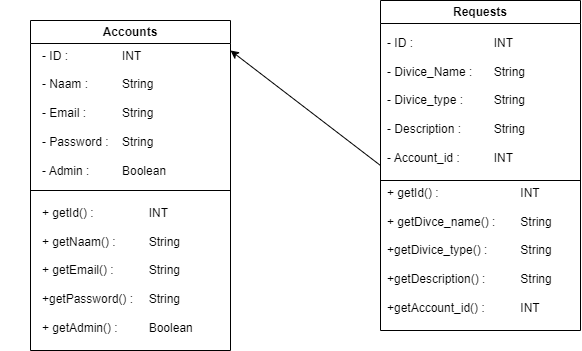
The draw.io diagram Documentation/Diagrammen/Classdiagram_UNeedIT.png in WhatABeatifulDuwang/UNeedIT, before a commit. Source tidied: cells renumbered, new cells last; positions are measured from the earlier drawing's top-left corner, leaving out a move shared by most shapes.
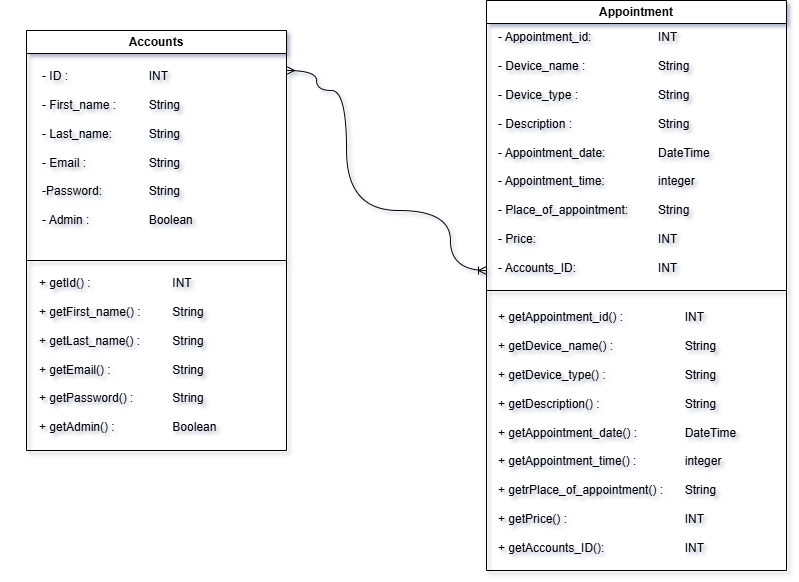
After the commit.

Change to the diagram source:
```diff
@@ -2,40 +2,49 @@
   <root>
     <mxCell id="0" />
     <mxCell id="1" parent="0" />
-    <mxCell id="2" value="Requests" style="swimlane;whiteSpace=wrap;html=1;" parent="1" vertex="1">
-      <mxGeometry x="380" width="200" height="330" as="geometry" />
-    </mxCell>
-    <mxCell id="3" value="- ID :&lt;span style=&quot;white-space: pre;&quot;&gt;&#9;&lt;/span&gt;&lt;span style=&quot;white-space: pre;&quot;&gt;&#9;&lt;span style=&quot;white-space: pre;&quot;&gt;&#9;&lt;/span&gt;&lt;/span&gt;INT&lt;div&gt;&lt;br&gt;&lt;div&gt;- Divice_Name :&lt;span style=&quot;white-space: pre;&quot;&gt;&#9;&lt;/span&gt;String&lt;/div&gt;&lt;div&gt;&lt;br&gt;&lt;/div&gt;&lt;div&gt;- Divice_type :&lt;span style=&quot;white-space: pre;&quot;&gt;&#9;&lt;/span&gt;&lt;span style=&quot;white-space: pre;&quot;&gt;&#9;&lt;/span&gt;String&lt;/div&gt;&lt;div&gt;&lt;br&gt;&lt;/div&gt;&lt;div&gt;- Description :&lt;span style=&quot;white-space: pre;&quot;&gt;&#9;&lt;span style=&quot;white-space: pre;&quot;&gt;&#9;&lt;/span&gt;String&lt;/span&gt;&lt;/div&gt;&lt;div&gt;&lt;br&gt;&lt;/div&gt;&lt;div&gt;&lt;span style=&quot;white-space: pre;&quot;&gt;- Account_id :&lt;span style=&quot;white-space: pre;&quot;&gt;&#9;&lt;/span&gt;&lt;span style=&quot;white-space: pre;&quot;&gt;&#9;&lt;/span&gt;INT&#9;&lt;/span&gt;&lt;span style=&quot;white-space: pre;&quot;&gt;&#9;&lt;/span&gt;&lt;/div&gt;&lt;/div&gt;" style="text;html=1;align=left;verticalAlign=middle;strokeColor=none;fillColor=none;" parent="2" vertex="1">
-      <mxGeometry x="5" y="30" width="180" height="140" as="geometry" />
-    </mxCell>
-    <mxCell id="4" value="+ getId() :&lt;span style=&quot;white-space: pre;&quot;&gt;&#9;&lt;span style=&quot;white-space: pre;&quot;&gt;&#9;&lt;span style=&quot;white-space: pre;&quot;&gt;&#9;&lt;/span&gt;&lt;/span&gt;&lt;/span&gt;INT&lt;div&gt;&lt;br&gt;&lt;/div&gt;&lt;div&gt;+ getDivce_name() :&lt;span style=&quot;white-space: pre;&quot;&gt;&#9;&lt;/span&gt;String&lt;/div&gt;&lt;div&gt;&lt;br&gt;&lt;/div&gt;&lt;div&gt;+getDivice_type() :&lt;span style=&quot;white-space: pre;&quot;&gt;&#9;&lt;/span&gt;&lt;span style=&quot;white-space: pre;&quot;&gt;&#9;&lt;/span&gt;String&lt;/div&gt;&lt;div&gt;&lt;br&gt;&lt;/div&gt;&lt;div&gt;+getDescription() :&lt;span style=&quot;white-space: pre;&quot;&gt;&#9;&lt;/span&gt;&lt;span style=&quot;white-space: pre;&quot;&gt;&#9;&lt;/span&gt;String&lt;/div&gt;&lt;div&gt;&lt;br&gt;&lt;/div&gt;&lt;div&gt;+getAccount_id() :&lt;span style=&quot;white-space: pre;&quot;&gt;&#9;&lt;span style=&quot;white-space: pre;&quot;&gt;&#9;&lt;/span&gt;&lt;/span&gt;INT&lt;/div&gt;" style="text;html=1;align=left;verticalAlign=middle;strokeColor=none;fillColor=none;" parent="2" vertex="1">
-      <mxGeometry x="5" y="180" width="190" height="140" as="geometry" />
-    </mxCell>
+    <mxCell id="11" value="Appointment" style="swimlane;whiteSpace=wrap;html=1;startSize=23;" parent="1" vertex="1">
+      <mxGeometry x="490" y="-10" width="300" height="570" as="geometry" />
+    </mxCell>
+    <mxCell id="12" value="&lt;div&gt;&lt;span style=&quot;background-color: initial;&quot;&gt;&lt;br&gt;&lt;/span&gt;&lt;/div&gt;&lt;span style=&quot;background-color: initial;&quot;&gt;&lt;div&gt;&lt;span style=&quot;background-color: initial;&quot;&gt;- Appointment_id:&lt;span style=&quot;white-space: pre;&quot;&gt;&#9;&lt;/span&gt;&lt;span style=&quot;white-space: pre;&quot;&gt;&#9;&lt;/span&gt;&lt;span style=&quot;white-space: pre;&quot;&gt;&#9;&lt;/span&gt;INT&lt;/span&gt;&lt;/div&gt;&lt;div&gt;&lt;span style=&quot;background-color: initial;&quot;&gt;&lt;br&gt;&lt;/span&gt;&lt;/div&gt;- Device_name :&lt;/span&gt;&lt;span style=&quot;background-color: initial; white-space-collapse: preserve;&quot;&gt;&#9;&lt;span style=&quot;white-space-collapse: preserve;&quot;&gt;&#9;&lt;span style=&quot;white-space: pre;&quot;&gt;&#9;&lt;/span&gt;&lt;/span&gt;&lt;/span&gt;&lt;span style=&quot;background-color: initial;&quot;&gt;String&lt;/span&gt;&lt;div&gt;&lt;div&gt;&lt;br&gt;&lt;/div&gt;&lt;div&gt;- Device_type :&lt;span style=&quot;white-space: pre;&quot;&gt;&#9;&lt;/span&gt;&lt;span style=&quot;white-space: pre;&quot;&gt;&#9;&lt;span style=&quot;white-space: pre;&quot;&gt;&#9;&lt;/span&gt;S&lt;/span&gt;tring&lt;/div&gt;&lt;div&gt;&lt;br&gt;&lt;/div&gt;&lt;div&gt;- Description :&lt;span style=&quot;white-space: pre;&quot;&gt;&#9;&lt;/span&gt;&lt;span style=&quot;white-space: pre;&quot;&gt;&#9;&lt;span style=&quot;white-space: pre;&quot;&gt;&#9;&lt;span style=&quot;white-space: pre;&quot;&gt;&#9;&lt;/span&gt;&lt;/span&gt;&lt;/span&gt;String&lt;/div&gt;&lt;div&gt;&lt;br&gt;&lt;/div&gt;&lt;div&gt;- Appointment_date:&lt;span style=&quot;white-space: pre;&quot;&gt;&#9;&lt;/span&gt;&lt;span style=&quot;white-space: pre;&quot;&gt;&#9;&lt;/span&gt;DateTime&lt;/div&gt;&lt;/div&gt;&lt;div&gt;&lt;br&gt;&lt;/div&gt;&lt;div&gt;- Appointment_time:&lt;span style=&quot;white-space: pre;&quot;&gt;&#9;&lt;span style=&quot;white-space: pre;&quot;&gt;&#9;&lt;/span&gt;i&lt;/span&gt;nteger&lt;/div&gt;&lt;div&gt;&lt;span style=&quot;white-space: pre;&quot;&gt;&#9;&lt;/span&gt;&lt;br&gt;&lt;/div&gt;&lt;div&gt;- Place_of_appointment:&lt;span style=&quot;white-space: pre;&quot;&gt;&#9;&lt;/span&gt;&lt;span style=&quot;white-space: pre;&quot;&gt;&#9;&lt;/span&gt;String&lt;/div&gt;&lt;div&gt;&lt;br&gt;&lt;/div&gt;&lt;div&gt;- Price:&lt;span style=&quot;white-space: pre;&quot;&gt;&#9;&lt;/span&gt;&lt;span style=&quot;white-space: pre;&quot;&gt;&#9;&lt;/span&gt;&lt;span style=&quot;white-space: pre;&quot;&gt;&#9;&lt;/span&gt;&lt;span style=&quot;white-space: pre;&quot;&gt;&#9;&lt;span style=&quot;white-space: pre;&quot;&gt;&#9;&lt;/span&gt;&lt;/span&gt;INT&lt;/div&gt;&lt;div&gt;&lt;br&gt;&lt;/div&gt;&lt;div&gt;- Accounts_ID:&lt;span style=&quot;white-space: pre;&quot;&gt;&#9;&lt;/span&gt;&lt;span style=&quot;white-space: pre;&quot;&gt;&#9;&lt;/span&gt;&lt;span style=&quot;white-space: pre;&quot;&gt;&#9;&lt;span style=&quot;white-space: pre;&quot;&gt;&#9;&lt;/span&gt;&lt;/span&gt;INT&lt;/div&gt;" style="text;html=1;align=left;verticalAlign=middle;strokeColor=none;fillColor=none;" parent="11" vertex="1">
+      <mxGeometry x="10" y="10" width="240" height="270" as="geometry" />
+    </mxCell>
+    <mxCell id="13" style="endArrow=none;html=1;rounded=0;" parent="11" edge="1">
+      <mxGeometry relative="1" as="geometry">
+        <mxPoint y="290" as="sourcePoint" />
+        <mxPoint x="300" y="290" as="targetPoint" />
+      </mxGeometry>
+    </mxCell>
+    <mxCell id="14" value="&lt;div&gt;&lt;span style=&quot;background-color: initial;&quot;&gt;&lt;br&gt;&lt;/span&gt;&lt;/div&gt;&lt;span style=&quot;background-color: initial;&quot;&gt;&lt;div&gt;&lt;span style=&quot;background-color: initial;&quot;&gt;+ getAppointment_id() :&lt;span style=&quot;white-space: pre;&quot;&gt;&#9;&lt;/span&gt;&lt;span style=&quot;white-space: pre;&quot;&gt;&#9;&lt;/span&gt;&lt;span style=&quot;white-space: pre;&quot;&gt;&#9;&lt;/span&gt;INT&lt;/span&gt;&lt;/div&gt;&lt;div&gt;&lt;span style=&quot;background-color: initial;&quot;&gt;&lt;br&gt;&lt;/span&gt;&lt;/div&gt;+ getDevice_name() :&lt;/span&gt;&lt;span style=&quot;background-color: initial; white-space-collapse: preserve;&quot;&gt;&#9;&lt;span style=&quot;white-space-collapse: preserve;&quot;&gt;&#9;&lt;span style=&quot;white-space: pre;&quot;&gt;&#9;&lt;/span&gt;&lt;/span&gt;&lt;/span&gt;&lt;span style=&quot;background-color: initial;&quot;&gt;String&lt;/span&gt;&lt;div&gt;&lt;div&gt;&lt;br&gt;&lt;/div&gt;&lt;div&gt;+ getDevice_type() :&lt;span style=&quot;white-space: pre;&quot;&gt;&#9;&lt;/span&gt;&lt;span style=&quot;white-space: pre;&quot;&gt;&#9;&lt;span style=&quot;white-space: pre;&quot;&gt;&#9;&lt;/span&gt;S&lt;/span&gt;tring&lt;/div&gt;&lt;div&gt;&lt;br&gt;&lt;/div&gt;&lt;div&gt;+ getDescription() :&lt;span style=&quot;white-space: pre;&quot;&gt;&#9;&lt;/span&gt;&lt;span style=&quot;white-space: pre;&quot;&gt;&#9;&lt;span style=&quot;white-space: pre;&quot;&gt;&#9;&lt;span style=&quot;white-space: pre;&quot;&gt;&#9;&lt;/span&gt;&lt;/span&gt;&lt;/span&gt;String&lt;/div&gt;&lt;div&gt;&lt;br&gt;&lt;/div&gt;&lt;div&gt;+ getAppointment_date() :&lt;span style=&quot;white-space: pre;&quot;&gt;&#9;&lt;/span&gt;&lt;span style=&quot;white-space: pre;&quot;&gt;&#9;&lt;/span&gt;DateTime&lt;/div&gt;&lt;/div&gt;&lt;div&gt;&lt;br&gt;&lt;/div&gt;&lt;div&gt;+ getAppointment_time() :&lt;span style=&quot;white-space: pre;&quot;&gt;&#9;&lt;span style=&quot;white-space: pre;&quot;&gt;&#9;&lt;/span&gt;i&lt;/span&gt;nteger&lt;/div&gt;&lt;div&gt;&lt;span style=&quot;white-space: pre;&quot;&gt;&#9;&lt;/span&gt;&lt;br&gt;&lt;/div&gt;&lt;div&gt;+ getrPlace_of_appointment() :&lt;span style=&quot;white-space: pre;&quot;&gt;&#9;&lt;/span&gt;String&lt;/div&gt;&lt;div&gt;&lt;br&gt;&lt;/div&gt;&lt;div&gt;+ getPrice() :&lt;span style=&quot;white-space: pre;&quot;&gt;&#9;&lt;/span&gt;&lt;span style=&quot;white-space: pre;&quot;&gt;&#9;&lt;/span&gt;&lt;span style=&quot;white-space: pre;&quot;&gt;&#9;&lt;/span&gt;&lt;span style=&quot;white-space: pre;&quot;&gt;&#9;&lt;span style=&quot;white-space: pre;&quot;&gt;&#9;&lt;/span&gt;&lt;/span&gt;INT&lt;/div&gt;&lt;div&gt;&lt;br&gt;&lt;/div&gt;&lt;div&gt;+ getAccounts_ID():&lt;span style=&quot;white-space: pre;&quot;&gt;&#9;&lt;/span&gt;&lt;span style=&quot;white-space: pre;&quot;&gt;&#9;&lt;/span&gt;&lt;span style=&quot;white-space: pre;&quot;&gt;&#9;&lt;/span&gt;INT&lt;/div&gt;" style="text;html=1;align=left;verticalAlign=middle;strokeColor=none;fillColor=none;" parent="11" vertex="1">
+      <mxGeometry x="10" y="290" width="260" height="270" as="geometry" />
+    </mxCell>
+    <mxCell id="15" style="endArrow=ERoneToMany;html=1;rounded=0;edgeStyle=orthogonalEdgeStyle;curved=1;startArrow=ERmany;startFill=0;endFill=0;" parent="1" edge="1">
+      <mxGeometry relative="1" as="geometry">
+        <mxPoint x="290" y="60" as="sourcePoint" />
+        <mxPoint x="490" y="260" as="targetPoint" />
+        <Array as="points">
+          <mxPoint x="320" y="60" />
+          <mxPoint x="320" y="80" />
+          <mxPoint x="350" y="80" />
+          <mxPoint x="350" y="200" />
+          <mxPoint x="454" y="200" />
+          <mxPoint x="454" y="260" />
+        </Array>
+      </mxGeometry>
+    </mxCell>
     <mxCell id="5" value="Accounts" style="swimlane;whiteSpace=wrap;html=1;" parent="1" vertex="1">
-      <mxGeometry x="30" y="20" width="200" height="330" as="geometry" />
+      <mxGeometry x="30" y="20" width="260" height="420" as="geometry" />
     </mxCell>
-    <mxCell id="6" value="&lt;blockquote style=&quot;margin: 0 0 0 40px; border: none; padding: 0px;&quot;&gt;- ID :&lt;span style=&quot;white-space: pre;&quot;&gt;&#9;&lt;/span&gt;&lt;span style=&quot;white-space: pre;&quot;&gt;&#9;&lt;/span&gt;INT&lt;/blockquote&gt;&lt;blockquote style=&quot;margin: 0 0 0 40px; border: none; padding: 0px;&quot;&gt;&lt;br&gt;&lt;/blockquote&gt;&lt;blockquote style=&quot;margin: 0 0 0 40px; border: none; padding: 0px;&quot;&gt;- Naam :&lt;span style=&quot;white-space: pre;&quot;&gt;&#9;&lt;/span&gt;&lt;span style=&quot;white-space: pre;&quot;&gt;&#9;&lt;/span&gt;String&lt;/blockquote&gt;&lt;blockquote style=&quot;margin: 0 0 0 40px; border: none; padding: 0px;&quot;&gt;&lt;br&gt;&lt;/blockquote&gt;&lt;blockquote style=&quot;margin: 0 0 0 40px; border: none; padding: 0px;&quot;&gt;- Email :&lt;span style=&quot;white-space: pre;&quot;&gt;&#9;&lt;/span&gt;&lt;span style=&quot;white-space: pre;&quot;&gt;&#9;&lt;/span&gt;String&lt;/blockquote&gt;&lt;blockquote style=&quot;margin: 0 0 0 40px; border: none; padding: 0px;&quot;&gt;&lt;br&gt;&lt;/blockquote&gt;&lt;blockquote style=&quot;margin: 0 0 0 40px; border: none; padding: 0px;&quot;&gt;- Password :&lt;span style=&quot;white-space: pre;&quot;&gt;&#9;&lt;/span&gt;String&lt;/blockquote&gt;&lt;blockquote style=&quot;margin: 0 0 0 40px; border: none; padding: 0px;&quot;&gt;&lt;br&gt;&lt;/blockquote&gt;&lt;blockquote style=&quot;margin: 0 0 0 40px; border: none; padding: 0px;&quot;&gt;- Admin :&lt;span style=&quot;white-space: pre;&quot;&gt;&#9;&lt;/span&gt;&lt;span style=&quot;white-space: pre;&quot;&gt;&#9;&lt;/span&gt;Boolean&lt;/blockquote&gt;&lt;blockquote style=&quot;margin: 0 0 0 40px; border: none; padding: 0px;&quot;&gt;&lt;br&gt;&lt;/blockquote&gt;" style="text;html=1;align=left;verticalAlign=middle;strokeColor=none;fillColor=none;" parent="5" vertex="1">
-      <mxGeometry x="-30" y="20" width="190" height="160" as="geometry" />
-    </mxCell>
-    <mxCell id="7" value="+ getId() :&lt;span style=&quot;white-space: pre;&quot;&gt;&#9;&lt;/span&gt;&lt;span style=&quot;white-space: pre;&quot;&gt;&#9;&lt;/span&gt;INT&lt;div&gt;&lt;br&gt;&lt;/div&gt;&lt;div&gt;+ getNaam() :&lt;span style=&quot;white-space: pre;&quot;&gt;&#9;&lt;/span&gt;&lt;span style=&quot;white-space: pre;&quot;&gt;&#9;&lt;/span&gt;String&lt;/div&gt;&lt;div&gt;&lt;br&gt;&lt;/div&gt;&lt;div&gt;+ getEmail() :&lt;span style=&quot;white-space: pre;&quot;&gt;&#9;&lt;/span&gt;&lt;span style=&quot;white-space: pre;&quot;&gt;&#9;&lt;/span&gt;String&lt;/div&gt;&lt;div&gt;&lt;br&gt;&lt;/div&gt;&lt;div&gt;+getPassword() :&lt;span style=&quot;white-space: pre;&quot;&gt;&#9;&lt;/span&gt;String&lt;/div&gt;&lt;div&gt;&lt;br&gt;&lt;/div&gt;&lt;div&gt;+ getAdmin() :&lt;span style=&quot;white-space: pre;&quot;&gt;&#9;&lt;/span&gt;&lt;span style=&quot;white-space: pre;&quot;&gt;&#9;&lt;/span&gt;Boolean&lt;/div&gt;" style="text;html=1;align=left;verticalAlign=middle;strokeColor=none;fillColor=none;" parent="5" vertex="1">
-      <mxGeometry x="10" y="180" width="170" height="140" as="geometry" />
-    </mxCell>
-    <mxCell id="8" style="endArrow=none;html=1;rounded=0;" parent="1" edge="1">
-      <mxGeometry relative="1" as="geometry">
-        <mxPoint x="30" y="190" as="sourcePoint" />
-        <mxPoint x="230" y="190" as="targetPoint" />
-      </mxGeometry>
-    </mxCell>
-    <mxCell id="9" style="endArrow=classic;html=1;rounded=0;exitX=0;exitY=0.5;exitDx=0;exitDy=0;" parent="1" edge="1" source="2">
-      <mxGeometry relative="1" as="geometry">
-        <mxPoint x="230" y="50" as="targetPoint" />
-      </mxGeometry>
-    </mxCell>
-    <mxCell id="10" style="endArrow=none;html=1;rounded=0;" parent="1" edge="1">
-      <mxGeometry relative="1" as="geometry">
-        <mxPoint x="380" y="180" as="sourcePoint" />
-        <mxPoint x="580" y="180" as="targetPoint" />
-      </mxGeometry>
-    </mxCell>
+    <mxCell id="16" value="&lt;blockquote style=&quot;margin: 0 0 0 40px; border: none; padding: 0px;&quot;&gt;- ID :&lt;span style=&quot;white-space: pre;&quot;&gt;&#9;&lt;span style=&quot;white-space: pre;&quot;&gt;&#9;&lt;/span&gt;&lt;/span&gt;&lt;span style=&quot;white-space: pre;&quot;&gt;&#9;&lt;/span&gt;INT&lt;/blockquote&gt;&lt;blockquote style=&quot;margin: 0 0 0 40px; border: none; padding: 0px;&quot;&gt;&lt;br&gt;&lt;/blockquote&gt;&lt;blockquote style=&quot;margin: 0 0 0 40px; border: none; padding: 0px;&quot;&gt;- First_name :&lt;span style=&quot;white-space: pre;&quot;&gt;&#9;&lt;/span&gt;&lt;span style=&quot;white-space: pre;&quot;&gt;&#9;&lt;/span&gt;String&lt;/blockquote&gt;&lt;blockquote style=&quot;margin: 0 0 0 40px; border: none; padding: 0px;&quot;&gt;&lt;br&gt;&lt;/blockquote&gt;&lt;blockquote style=&quot;margin: 0 0 0 40px; border: none; padding: 0px;&quot;&gt;- Last_name:&lt;span style=&quot;white-space: pre;&quot;&gt;&#9;&lt;/span&gt;&lt;span style=&quot;white-space: pre;&quot;&gt;&#9;&lt;/span&gt;String&lt;/blockquote&gt;&lt;blockquote style=&quot;margin: 0 0 0 40px; border: none; padding: 0px;&quot;&gt;&lt;br&gt;&lt;/blockquote&gt;&lt;blockquote style=&quot;margin: 0 0 0 40px; border: none; padding: 0px;&quot;&gt;- Email :&lt;span style=&quot;white-space: pre;&quot;&gt;&#9;&lt;span style=&quot;white-space: pre;&quot;&gt;&#9;&lt;/span&gt;&lt;span style=&quot;white-space: pre;&quot;&gt;&#9;&lt;/span&gt;&lt;/span&gt;String&lt;/blockquote&gt;&lt;blockquote style=&quot;margin: 0 0 0 40px; border: none; padding: 0px;&quot;&gt;&lt;br&gt;&lt;/blockquote&gt;&lt;blockquote style=&quot;margin: 0 0 0 40px; border: none; padding: 0px;&quot;&gt;-Password:&lt;span style=&quot;white-space: pre;&quot;&gt;&#9;&lt;span style=&quot;white-space: pre;&quot;&gt;&#9;&lt;/span&gt;&lt;/span&gt;String&lt;/blockquote&gt;&lt;blockquote style=&quot;margin: 0 0 0 40px; border: none; padding: 0px;&quot;&gt;&lt;br&gt;&lt;/blockquote&gt;&lt;blockquote style=&quot;margin: 0 0 0 40px; border: none; padding: 0px;&quot;&gt;- Admin :&lt;span style=&quot;white-space: pre;&quot;&gt;&#9;&lt;/span&gt;&lt;span style=&quot;white-space: pre;&quot;&gt;&#9;&lt;span style=&quot;white-space: pre;&quot;&gt;&#9;&lt;/span&gt;&lt;/span&gt;Boolean&lt;/blockquote&gt;&lt;blockquote style=&quot;margin: 0 0 0 40px; border: none; padding: 0px;&quot;&gt;&lt;br&gt;&lt;/blockquote&gt;" style="text;html=1;align=left;verticalAlign=middle;strokeColor=none;fillColor=none;" parent="5" vertex="1">
+      <mxGeometry x="-26" y="30" width="210" height="190" as="geometry" />
+    </mxCell>
+    <mxCell id="17" value="+ getId() :&lt;span style=&quot;white-space: pre;&quot;&gt;&#9;&lt;/span&gt;&lt;span style=&quot;white-space: pre;&quot;&gt;&#9;&lt;span style=&quot;white-space: pre;&quot;&gt;&#9;&lt;/span&gt;&lt;/span&gt;INT&lt;div&gt;&lt;br&gt;&lt;/div&gt;&lt;div&gt;+ getFirst_name() :&lt;span style=&quot;white-space: pre;&quot;&gt;&#9;&lt;/span&gt;&lt;span style=&quot;white-space: pre;&quot;&gt;&#9;&lt;/span&gt;String&lt;/div&gt;&lt;div&gt;&lt;br&gt;&lt;/div&gt;&lt;div&gt;+ getLast_name() :&lt;span style=&quot;white-space: pre;&quot;&gt;&#9;&lt;/span&gt;&lt;span style=&quot;white-space: pre;&quot;&gt;&#9;&lt;/span&gt;String&lt;/div&gt;&lt;div&gt;&lt;br&gt;&lt;/div&gt;&lt;div&gt;+ getEmail() :&lt;span style=&quot;white-space: pre;&quot;&gt;&#9;&lt;span style=&quot;white-space: pre;&quot;&gt;&#9;&lt;/span&gt;&lt;span style=&quot;white-space: pre;&quot;&gt;&#9;&lt;/span&gt;&lt;/span&gt;String&lt;/div&gt;&lt;div&gt;&lt;br&gt;&lt;/div&gt;&lt;div&gt;+ getPassword() :&lt;span style=&quot;white-space: pre;&quot;&gt;&#9;&lt;span style=&quot;white-space: pre;&quot;&gt;&#9;&lt;/span&gt;&lt;/span&gt;String&lt;/div&gt;&lt;div&gt;&lt;br&gt;&lt;/div&gt;&lt;div&gt;+ getAdmin() :&lt;span style=&quot;white-space: pre;&quot;&gt;&#9;&lt;/span&gt;&lt;span style=&quot;white-space: pre;&quot;&gt;&#9;&lt;span style=&quot;white-space: pre;&quot;&gt;&#9;&lt;/span&gt;&lt;/span&gt;Boolean&lt;/div&gt;" style="text;html=1;align=left;verticalAlign=middle;strokeColor=none;fillColor=none;" parent="5" vertex="1">
+      <mxGeometry x="11" y="240" width="200" height="170" as="geometry" />
+    </mxCell>
+    <mxCell id="18" style="endArrow=none;html=1;rounded=0;" parent="5" edge="1">
+      <mxGeometry relative="1" as="geometry">
+        <mxPoint y="230" as="sourcePoint" />
+        <mxPoint x="260" y="230" as="targetPoint" />
+      </mxGeometry>
+    </mxCell>
   </root>
 </mxGraphModel>
```
